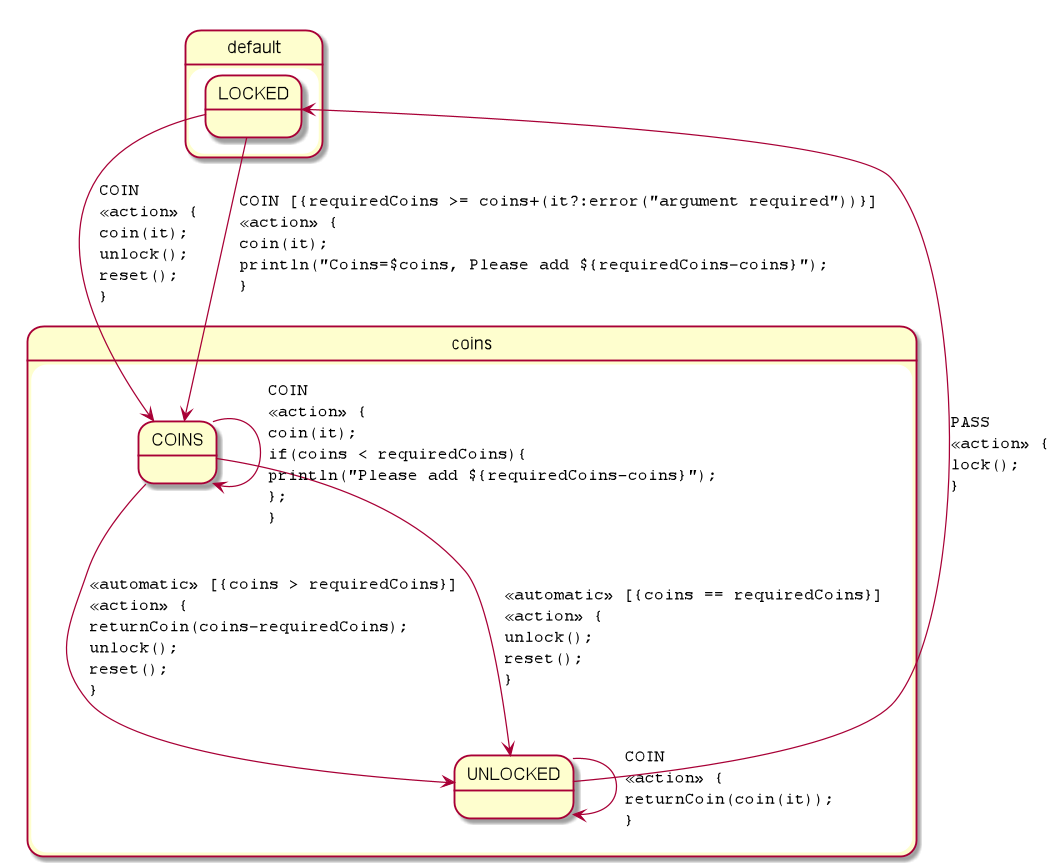
Above: paying_turnstile-parsed.png in open-jumpco/kfsm-viz (PlantUML), before the change.
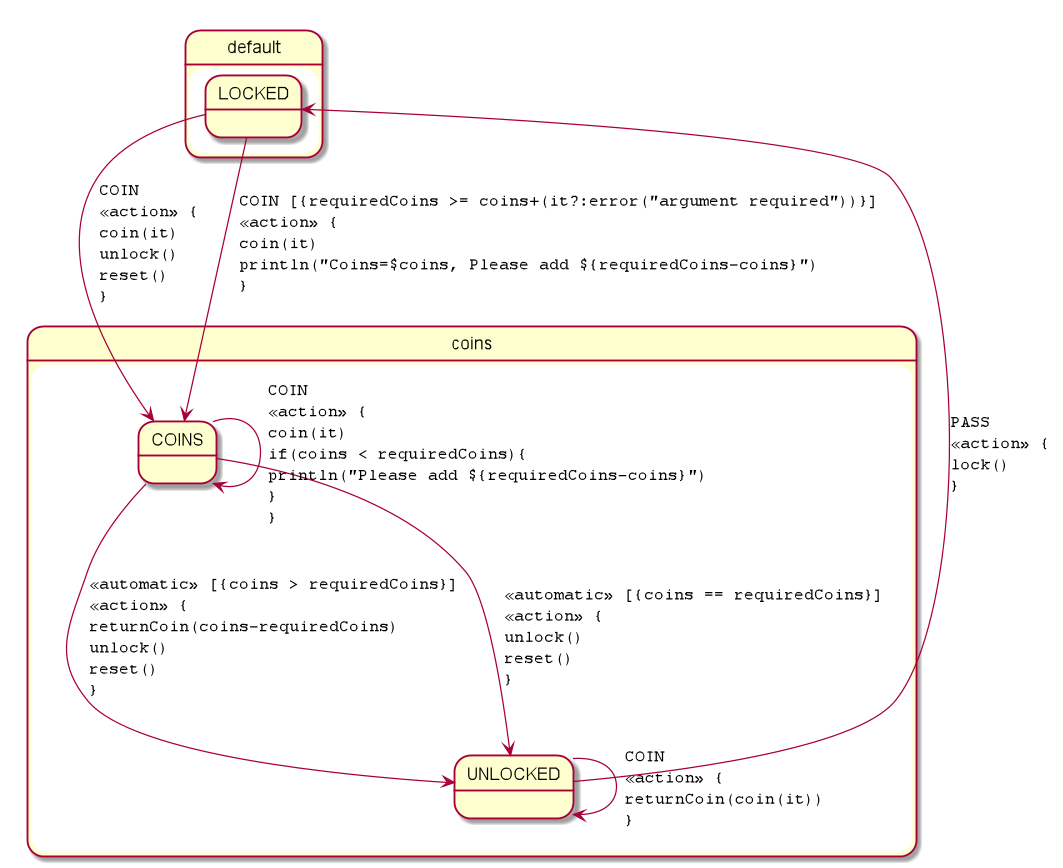
Above is the later version.

The edit, as a diff of the source:
```diff
@@ -2,14 +2,14 @@
 skinparam StateFontName Helvetica
 skinparam defaultFontName Monospaced
 state coins {
-COINS --> UNLOCKED : <<automatic>> [{coins > requiredCoins}]\l<<action>> {\lreturnCoin(coins-requiredCoins);\lunlock();\lreset();\l}
-COINS --> UNLOCKED : <<automatic>> [{coins == requiredCoins}]\l<<action>> {\lunlock();\lreset();\l}
-COINS --> COINS : COIN\l<<action>> {\lcoin(it);\lif(coins < requiredCoins){\lprintln("Please add ${requiredCoins-coins}");\l};\l}
+COINS --> UNLOCKED : <<automatic>> [{coins > requiredCoins}]\l<<action>> {\lreturnCoin(coins-requiredCoins)\lunlock()\lreset()\l}
+COINS --> UNLOCKED : <<automatic>> [{coins == requiredCoins}]\l<<action>> {\lunlock()\lreset()\l}
+COINS --> COINS : COIN\l<<action>> {\lcoin(it)\lif(coins < requiredCoins){\lprintln("Please add ${requiredCoins-coins}")\l}\l}
 }
 state default {
-LOCKED --> COINS : COIN\l<<action>> {\lcoin(it);\lunlock();\lreset();\l}
-LOCKED --> COINS : COIN [{requiredCoins >= coins+(it?:error("argument required"))}]\l<<action>> {\lcoin(it);\lprintln("Coins=$coins, Please add ${requiredCoins-coins}");\l}
-UNLOCKED --> UNLOCKED : COIN\l<<action>> {\lreturnCoin(coin(it));\l}
-UNLOCKED --> LOCKED : PASS\l<<action>> {\llock();\l}
+LOCKED --> COINS : COIN\l<<action>> {\lcoin(it)\lunlock()\lreset()\l}
+LOCKED --> COINS : COIN [{requiredCoins >= coins+(it?:error("argument required"))}]\l<<action>> {\lcoin(it)\lprintln("Coins=$coins, Please add ${requiredCoins-coins}")\l}
+UNLOCKED --> UNLOCKED : COIN\l<<action>> {\lreturnCoin(coin(it))\l}
+UNLOCKED --> LOCKED : PASS\l<<action>> {\llock()\l}
 }
 @enduml
```
